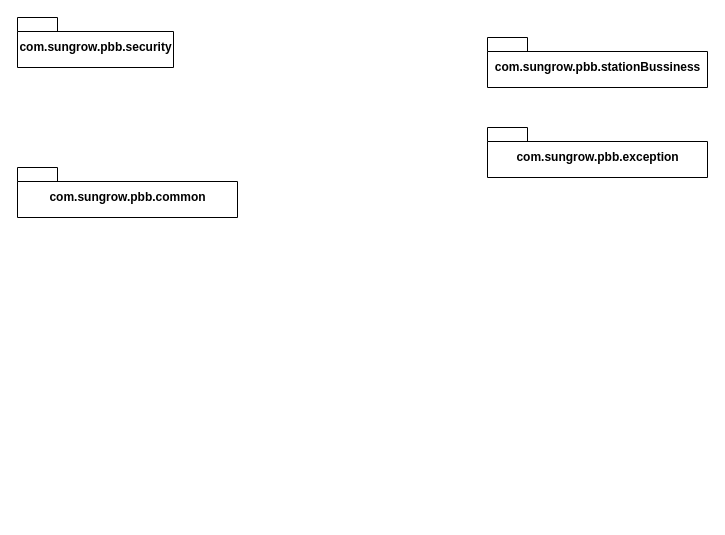
Earlier version of the draw.io diagram page "静态包结构" (3 of 3) of package.drawio (gg2herry/drawio). Source tidied: cells renumbered, new cells numbered last; positions are measured from the earlier drawing's top-left corner, leaving out a move shared by most shapes. Both pictures are drawn from the tidied source at 100%, with x=0, y=0 at pixel (17, 17).
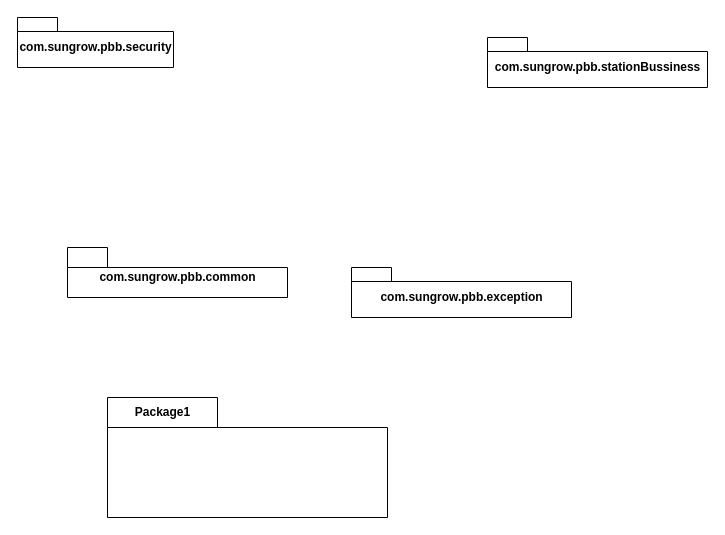
Above is the later version.

What changed in the source:
```diff
@@
 <mxGraphModel>
   <root>
     <mxCell id="0" />
     <mxCell id="1" parent="0" />
     <mxCell id="2" value="com.sungrow.pbb.security" style="shape=folder;fontStyle=1;spacingTop=10;tabWidth=40;tabHeight=14;tabPosition=left;html=1;align=center;" parent="1" vertex="1">
       <mxGeometry width="156" height="50" as="geometry" />
     </mxCell>
     <mxCell id="3" value="com.sungrow.pbb.stationBussiness" style="shape=folder;fontStyle=1;spacingTop=10;tabWidth=40;tabHeight=14;tabPosition=left;html=1;align=center;" parent="1" vertex="1">
       <mxGeometry x="470" y="20" width="220" height="50" as="geometry" />
     </mxCell>
-    <mxCell id="4" value="com.sungrow.pbb.common" style="shape=folder;fontStyle=1;spacingTop=10;tabWidth=40;tabHeight=14;tabPosition=left;html=1;align=center;" parent="1" vertex="1">
-      <mxGeometry y="150" width="220" height="50" as="geometry" />
+    <mxCell id="4" value="com.sungrow.pbb.common" style="shape=folder;fontStyle=1;spacingTop=10;tabWidth=40;tabHeight=20;tabPosition=left;html=1;align=center;" parent="1" vertex="1">
+      <mxGeometry x="50" y="230" width="220" height="50" as="geometry" />
     </mxCell>
     <mxCell id="5" value="com.sungrow.pbb.exception&lt;br&gt;" style="shape=folder;fontStyle=1;spacingTop=10;tabWidth=40;tabHeight=14;tabPosition=left;html=1;align=center;" parent="1" vertex="1">
-      <mxGeometry x="470" y="110" width="220" height="50" as="geometry" />
+      <mxGeometry x="334" y="250" width="220" height="50" as="geometry" />
     </mxCell>
+    <mxCell id="6" value="Package1" style="shape=folder;fontStyle=1;tabWidth=110;tabHeight=30;tabPosition=left;html=1;boundedLbl=1;labelInHeader=1;" parent="1" vertex="1">
+      <mxGeometry x="90" y="380" width="280" height="120" as="geometry" />
+    </mxCell>
   </root>
 </mxGraphModel>
```
